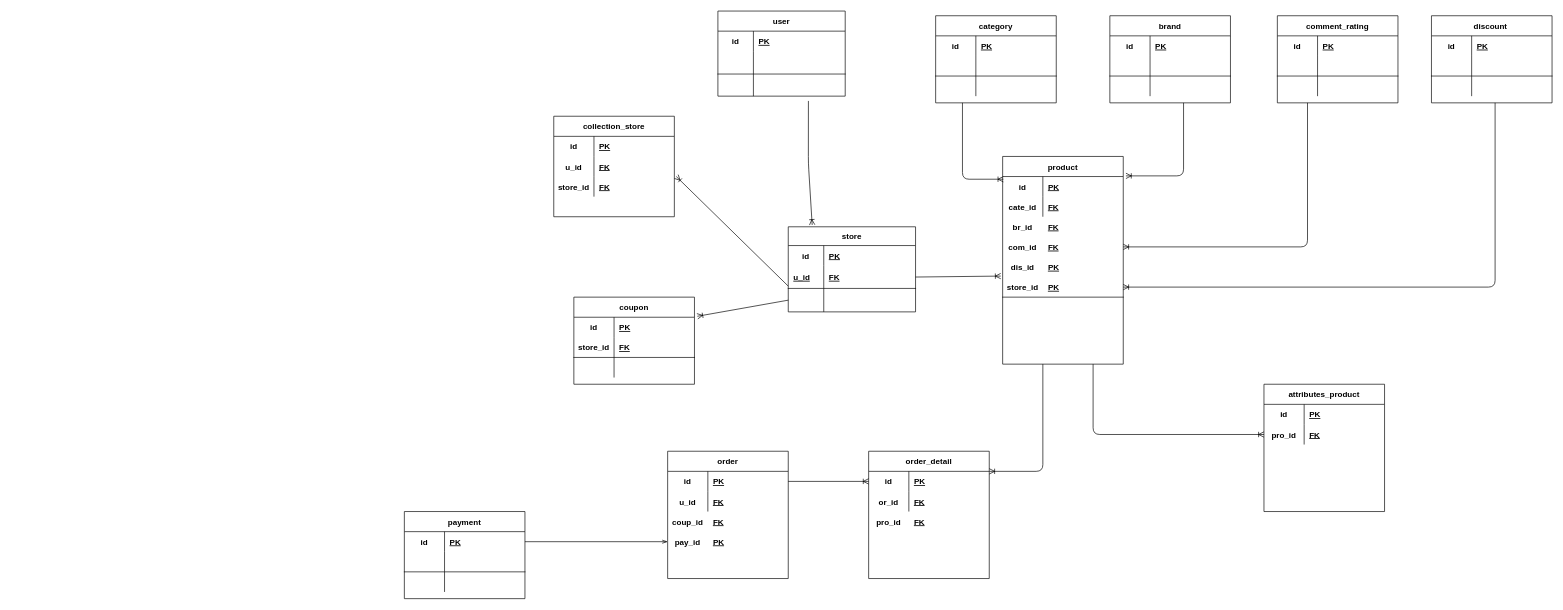
The draw.io diagram project-ecommerce.drawio in nguyenthanhdat22012001/project-ecommerce, before the edit. Source tidied: cells renumbered, new cells numbered last; positions are measured from the earlier drawing's top-left corner, leaving out a move shared by most shapes. Both pictures are drawn from the tidied source at 67%, with x=0, y=0 at pixel (404, 11).
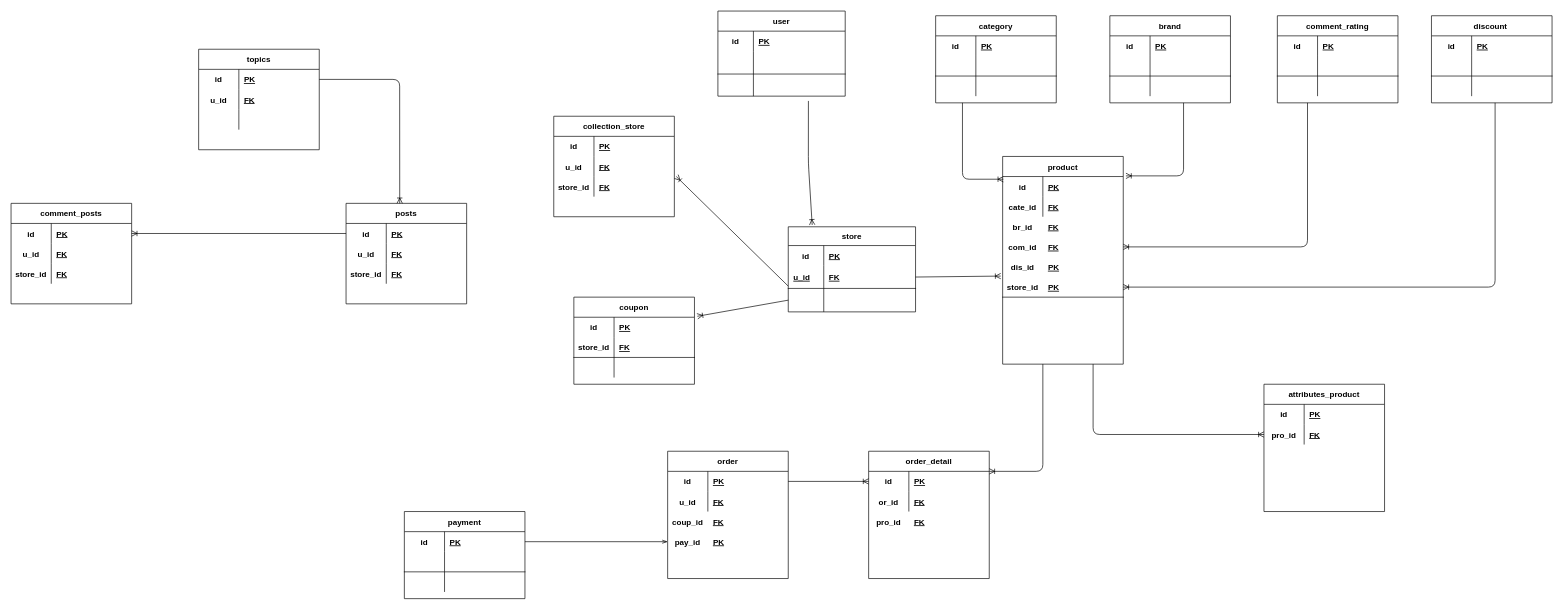
The same page after the edit.

Diff of the diagram source:
```diff
@@
+    <mxCell id="160" style="group;" parent="1" vertex="1">
+      <mxGeometry x="-307" y="57" width="180" height="150" as="geometry" />
+    </mxCell>
+    <mxCell id="161" value="topics" style="shape=table;startSize=30;childLayout=tableLayout;rowLines=0;fontStyle=1;align=center;" parent="160" vertex="1">
+      <mxGeometry width="180" height="150" as="geometry" />
+    </mxCell>
+    <mxCell id="162" style="shape=partialRectangle;fillColor=none;top=0;left=0;bottom=0;right=0;points=[[0,0.5],[1,0.5]];portConstraint=eastwest;" parent="161" vertex="1">
+      <mxGeometry y="30" width="180" height="30" as="geometry" />
+    </mxCell>
+    <mxCell id="163" value="id" style="shape=partialRectangle;fillColor=none;top=0;left=0;bottom=0;right=0;fontStyle=1;overflow=hidden;" parent="162" vertex="1">
+      <mxGeometry width="60" height="30" as="geometry" />
+    </mxCell>
+    <mxCell id="164" value="PK" style="shape=partialRectangle;fillColor=none;top=0;left=0;bottom=0;right=0;align=left;spacingLeft=6;fontStyle=5;overflow=hidden;" parent="162" vertex="1">
+      <mxGeometry x="60" width="120" height="30" as="geometry" />
+    </mxCell>
+    <mxCell id="165" style="shape=partialRectangle;fillColor=none;top=0;left=0;bottom=0;right=0;" parent="161" vertex="1">
+      <mxGeometry y="60" width="180" height="30" as="geometry" />
+    </mxCell>
+    <mxCell id="166" value="u_id" style="shape=partialRectangle;fillColor=none;top=0;left=0;bottom=0;right=0;fontStyle=1;overflow=hidden;" parent="165" vertex="1">
+      <mxGeometry width="60" height="30" as="geometry" />
+    </mxCell>
+    <mxCell id="167" value="FK" style="shape=partialRectangle;fillColor=none;top=0;left=0;bottom=0;right=0;align=left;spacingLeft=6;fontStyle=5;overflow=hidden;" parent="165" vertex="1">
+      <mxGeometry x="60" width="120" height="30" as="geometry" />
+    </mxCell>
+    <mxCell id="168" style="shape=partialRectangle;fillColor=none;top=0;left=0;bottom=0;right=0;" parent="161" vertex="1">
+      <mxGeometry y="90" width="180" height="30" as="geometry" />
+    </mxCell>
+    <mxCell id="169" style="shape=partialRectangle;fillColor=none;top=0;left=0;bottom=0;right=0;overflow=hidden;" parent="168" vertex="1">
+      <mxGeometry width="60" height="30" as="geometry" />
+    </mxCell>
+    <mxCell id="170" style="shape=partialRectangle;fillColor=none;top=0;left=0;bottom=0;right=0;align=left;spacingLeft=6;overflow=hidden;" parent="168" vertex="1">
+      <mxGeometry x="60" width="120" height="30" as="geometry" />
+    </mxCell>
+    <mxCell id="171" style="group;" parent="1" vertex="1">
+      <mxGeometry x="-87" y="287" width="180" height="150" as="geometry" />
+    </mxCell>
+    <mxCell id="172" value="posts" style="shape=table;startSize=30;childLayout=tableLayout;rowLines=0;fontStyle=1;align=center;" parent="171" vertex="1">
+      <mxGeometry width="180" height="150" as="geometry" />
+    </mxCell>
+    <mxCell id="173" style="shape=partialRectangle;fillColor=none;top=0;left=0;bottom=0;right=0;points=[[0,0.5],[1,0.5]];portConstraint=eastwest;" parent="172" vertex="1">
+      <mxGeometry y="30" width="180" height="30" as="geometry" />
+    </mxCell>
+    <mxCell id="174" value="id" style="shape=partialRectangle;fillColor=none;top=0;left=0;bottom=0;right=0;fontStyle=1;overflow=hidden;" parent="173" vertex="1">
+      <mxGeometry width="60" height="30" as="geometry" />
+    </mxCell>
+    <mxCell id="175" value="PK" style="shape=partialRectangle;fillColor=none;top=0;left=0;bottom=0;right=0;align=left;spacingLeft=6;fontStyle=5;overflow=hidden;" parent="173" vertex="1">
+      <mxGeometry x="60" width="120" height="30" as="geometry" />
+    </mxCell>
+    <mxCell id="176" style="shape=partialRectangle;fillColor=none;top=0;left=0;bottom=0;right=0;" parent="172" vertex="1">
+      <mxGeometry y="60" width="180" height="30" as="geometry" />
+    </mxCell>
+    <mxCell id="177" value="u_id" style="shape=partialRectangle;fillColor=none;top=0;left=0;bottom=0;right=0;fontStyle=1;overflow=hidden;" parent="176" vertex="1">
+      <mxGeometry width="60" height="30" as="geometry" />
+    </mxCell>
+    <mxCell id="178" value="FK" style="shape=partialRectangle;fillColor=none;top=0;left=0;bottom=0;right=0;align=left;spacingLeft=6;fontStyle=5;overflow=hidden;" parent="176" vertex="1">
+      <mxGeometry x="60" width="120" height="30" as="geometry" />
+    </mxCell>
+    <mxCell id="179" style="shape=partialRectangle;fillColor=none;top=0;left=0;bottom=0;right=0;" parent="172" vertex="1">
+      <mxGeometry y="90" width="180" height="30" as="geometry" />
+    </mxCell>
+    <mxCell id="180" style="shape=partialRectangle;fillColor=none;top=0;left=0;bottom=0;right=0;overflow=hidden;" parent="179" vertex="1">
+      <mxGeometry width="60" height="30" as="geometry" />
+    </mxCell>
+    <mxCell id="181" style="shape=partialRectangle;fillColor=none;top=0;left=0;bottom=0;right=0;align=left;spacingLeft=6;overflow=hidden;" parent="179" vertex="1">
+      <mxGeometry x="60" width="120" height="30" as="geometry" />
+    </mxCell>
+    <mxCell id="182" style="shape=partialRectangle;fillColor=none;top=0;left=0;bottom=0;right=0;" parent="171" vertex="1">
+      <mxGeometry y="90" width="180" height="30" as="geometry" />
+    </mxCell>
+    <mxCell id="183" value="store_id" style="shape=partialRectangle;fillColor=none;top=0;left=0;bottom=0;right=0;fontStyle=1;overflow=hidden;" parent="182" vertex="1">
+      <mxGeometry width="60" height="30" as="geometry" />
+    </mxCell>
+    <mxCell id="184" value="FK" style="shape=partialRectangle;fillColor=none;top=0;left=0;bottom=0;right=0;align=left;spacingLeft=6;fontStyle=5;overflow=hidden;" parent="182" vertex="1">
+      <mxGeometry x="60" width="120" height="30" as="geometry" />
+    </mxCell>
+    <mxCell id="185" style="group;" parent="1" vertex="1">
+      <mxGeometry x="-587" y="287" width="180" height="150" as="geometry" />
+    </mxCell>
+    <mxCell id="186" value="comment_posts" style="shape=table;startSize=30;childLayout=tableLayout;rowLines=0;fontStyle=1;align=center;" parent="185" vertex="1">
+      <mxGeometry width="180" height="150" as="geometry" />
+    </mxCell>
+    <mxCell id="187" style="shape=partialRectangle;fillColor=none;top=0;left=0;bottom=0;right=0;points=[[0,0.5],[1,0.5]];portConstraint=eastwest;" parent="186" vertex="1">
+      <mxGeometry y="30" width="180" height="30" as="geometry" />
+    </mxCell>
+    <mxCell id="188" value="id" style="shape=partialRectangle;fillColor=none;top=0;left=0;bottom=0;right=0;fontStyle=1;overflow=hidden;" parent="187" vertex="1">
+      <mxGeometry width="60" height="30" as="geometry" />
+    </mxCell>
+    <mxCell id="189" value="PK" style="shape=partialRectangle;fillColor=none;top=0;left=0;bottom=0;right=0;align=left;spacingLeft=6;fontStyle=5;overflow=hidden;" parent="187" vertex="1">
+      <mxGeometry x="60" width="120" height="30" as="geometry" />
+    </mxCell>
+    <mxCell id="190" style="shape=partialRectangle;fillColor=none;top=0;left=0;bottom=0;right=0;" parent="186" vertex="1">
+      <mxGeometry y="60" width="180" height="30" as="geometry" />
+    </mxCell>
+    <mxCell id="191" value="u_id" style="shape=partialRectangle;fillColor=none;top=0;left=0;bottom=0;right=0;fontStyle=1;overflow=hidden;" parent="190" vertex="1">
+      <mxGeometry width="60" height="30" as="geometry" />
+    </mxCell>
+    <mxCell id="192" value="FK" style="shape=partialRectangle;fillColor=none;top=0;left=0;bottom=0;right=0;align=left;spacingLeft=6;fontStyle=5;overflow=hidden;" parent="190" vertex="1">
+      <mxGeometry x="60" width="120" height="30" as="geometry" />
+    </mxCell>
+    <mxCell id="193" style="shape=partialRectangle;fillColor=none;top=0;left=0;bottom=0;right=0;" parent="186" vertex="1">
+      <mxGeometry y="90" width="180" height="30" as="geometry" />
+    </mxCell>
+    <mxCell id="194" style="shape=partialRectangle;fillColor=none;top=0;left=0;bottom=0;right=0;overflow=hidden;" parent="193" vertex="1">
+      <mxGeometry width="60" height="30" as="geometry" />
+    </mxCell>
+    <mxCell id="195" style="shape=partialRectangle;fillColor=none;top=0;left=0;bottom=0;right=0;align=left;spacingLeft=6;overflow=hidden;" parent="193" vertex="1">
+      <mxGeometry x="60" width="120" height="30" as="geometry" />
+    </mxCell>
+    <mxCell id="196" style="shape=partialRectangle;fillColor=none;top=0;left=0;bottom=0;right=0;" parent="185" vertex="1">
+      <mxGeometry y="90" width="180" height="30" as="geometry" />
+    </mxCell>
+    <mxCell id="197" value="store_id" style="shape=partialRectangle;fillColor=none;top=0;left=0;bottom=0;right=0;fontStyle=1;overflow=hidden;" parent="196" vertex="1">
+      <mxGeometry width="60" height="30" as="geometry" />
+    </mxCell>
+    <mxCell id="198" value="FK" style="shape=partialRectangle;fillColor=none;top=0;left=0;bottom=0;right=0;align=left;spacingLeft=6;fontStyle=5;overflow=hidden;" parent="196" vertex="1">
+      <mxGeometry x="60" width="120" height="30" as="geometry" />
+    </mxCell>
+    <mxCell id="199" style="fontSize=12;html=1;endArrow=ERoneToMany;entryX=0.445;entryY=0;entryDx=0;entryDy=0;entryPerimeter=0;exitX=1;exitY=0.5;exitDx=0;exitDy=0;" parent="1" edge="1" source="162" target="172">
+      <mxGeometry relative="1" as="geometry">
+        <Array as="points">
+          <mxPoint x="-7" y="102" />
+        </Array>
+      </mxGeometry>
+    </mxCell>
+    <mxCell id="200" style="fontSize=12;html=1;endArrow=ERoneToMany;exitX=0;exitY=0.5;exitDx=0;exitDy=0;entryX=1;entryY=0.5;entryDx=0;entryDy=0;" parent="1" edge="1" source="173" target="187">
+      <mxGeometry relative="1" as="geometry" />
+    </mxCell>
```
